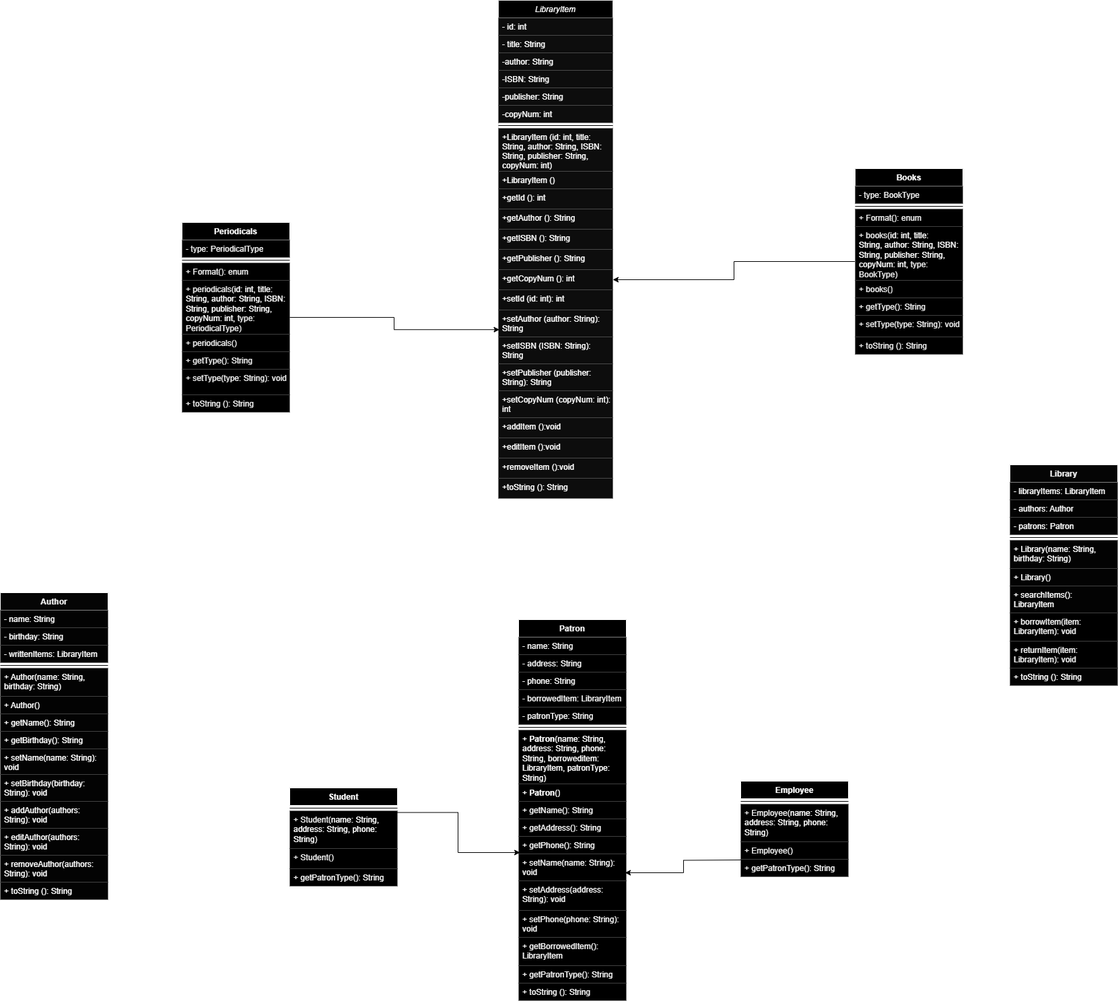
JoshuaYouden/Java-Midterm-JY keeps this draw.io diagram as Java midterm class diagram.png. Above is the earlier version. Source tidied: cells renumbered, new cells last; positions are measured from the earlier drawing's top-left corner, leaving out a move shared by most shapes.
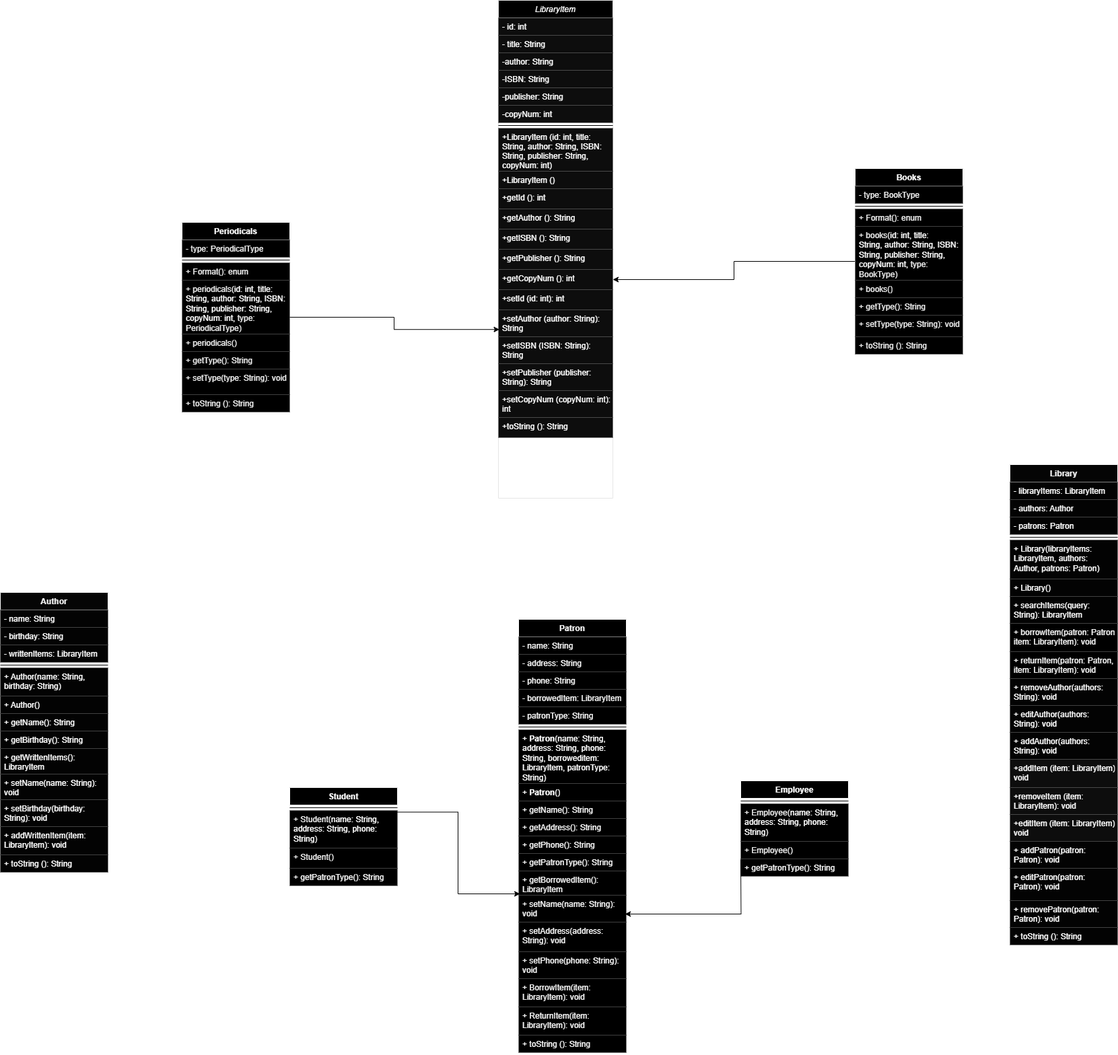
After the change.

Commit message:
Changed methods and other things, more likely coming

Diff of the diagram source:
```diff
@@ -62,17 +62,8 @@
     <mxCell id="21" value="+setCopyNum (copyNum: int): &#10;int" style="text;align=left;verticalAlign=top;spacingLeft=4;spacingRight=4;overflow=hidden;fillColor=#0D0D0D;gradientColor=none;strokeColor=none;fontColor=#FFFFFF;" parent="2" vertex="1">
       <mxGeometry y="580" width="170" height="40" as="geometry" />
     </mxCell>
-    <mxCell id="22" value="+addItem ():void" style="text;align=left;verticalAlign=top;spacingLeft=4;spacingRight=4;overflow=hidden;fillColor=#0D0D0D;gradientColor=none;strokeColor=none;fontColor=#FFFFFF;" parent="2" vertex="1">
-      <mxGeometry y="620" width="170" height="30" as="geometry" />
-    </mxCell>
-    <mxCell id="23" value="+editItem ():void" style="text;align=left;verticalAlign=top;spacingLeft=4;spacingRight=4;overflow=hidden;fillColor=#0D0D0D;gradientColor=none;strokeColor=none;fontColor=#FFFFFF;" parent="2" vertex="1">
-      <mxGeometry y="650" width="170" height="30" as="geometry" />
-    </mxCell>
-    <mxCell id="24" value="+removeItem ():void" style="text;align=left;verticalAlign=top;spacingLeft=4;spacingRight=4;overflow=hidden;fillColor=#0D0D0D;gradientColor=none;strokeColor=none;fontColor=#FFFFFF;" parent="2" vertex="1">
-      <mxGeometry y="680" width="170" height="30" as="geometry" />
-    </mxCell>
     <mxCell id="25" value="+toString (): String" style="text;align=left;verticalAlign=top;spacingLeft=4;spacingRight=4;overflow=hidden;fillColor=#0D0D0D;gradientColor=none;strokeColor=none;fontColor=#FFFFFF;" parent="2" vertex="1">
-      <mxGeometry y="710" width="170" height="30" as="geometry" />
+      <mxGeometry y="620" width="170" height="30" as="geometry" />
     </mxCell>
     <mxCell id="26" value="Employee" style="swimlane;fontStyle=1;align=center;verticalAlign=top;horizontal=1;startSize=26;whiteSpace=wrap;html=1;fontColor=#FCFCFC;fillColor=#000000;strokeColor=#FCFCFC;" parent="1" vertex="1">
       <mxGeometry x="1100" y="1160" width="160" height="142" as="geometry" />
@@ -90,7 +81,7 @@
       <mxGeometry y="116" width="160" height="26" as="geometry" />
     </mxCell>
     <mxCell id="31" value="Author" style="swimlane;fontStyle=1;align=center;verticalAlign=top;horizontal=1;startSize=26;whiteSpace=wrap;html=1;fillColor=#050505;fontColor=#F2F2F2;strokeColor=#FFFFFF;" parent="1" vertex="1">
-      <mxGeometry y="880" width="160" height="456" as="geometry" />
+      <mxGeometry y="880" width="160" height="416" as="geometry" />
     </mxCell>
     <mxCell id="32" value="- name: String" style="text;align=left;verticalAlign=top;spacingLeft=4;spacingRight=4;overflow=hidden;whiteSpace=wrap;html=1;fillColor=#030303;fontColor=#FFFFFF;" parent="31" vertex="1">
       <mxGeometry y="26" width="160" height="26" as="geometry" />
@@ -113,29 +104,26 @@
     <mxCell id="38" value="+ getName(): String" style="text;strokeColor=none;fillColor=#030303;align=left;verticalAlign=top;spacingLeft=4;spacingRight=4;overflow=hidden;whiteSpace=wrap;html=1;fontColor=#FFFFFF;" parent="31" vertex="1">
       <mxGeometry y="180" width="160" height="26" as="geometry" />
     </mxCell>
+    <mxCell id="102" value="+ getBirthday(): String" style="text;strokeColor=none;fillColor=#030303;align=left;verticalAlign=top;spacingLeft=4;spacingRight=4;overflow=hidden;whiteSpace=wrap;html=1;fontColor=#FFFFFF;" parent="31" vertex="1">
+      <mxGeometry y="206" width="160" height="26" as="geometry" />
+    </mxCell>
-    <mxCell id="39" value="+ getBirthday(): String" style="text;strokeColor=none;fillColor=#030303;align=left;verticalAlign=top;spacingLeft=4;spacingRight=4;overflow=hidden;whiteSpace=wrap;html=1;fontColor=#FFFFFF;" parent="31" vertex="1">
-      <mxGeometry y="206" width="160" height="26" as="geometry" />
+    <mxCell id="39" value="+ getWrittenItems(): LibraryItem" style="text;strokeColor=none;fillColor=#030303;align=left;verticalAlign=top;spacingLeft=4;spacingRight=4;overflow=hidden;whiteSpace=wrap;html=1;fontColor=#FFFFFF;" parent="31" vertex="1">
+      <mxGeometry y="232" width="160" height="38" as="geometry" />
     </mxCell>
     <mxCell id="40" value="+ setName(name: String): void" style="text;strokeColor=none;fillColor=#030303;align=left;verticalAlign=top;spacingLeft=4;spacingRight=4;overflow=hidden;whiteSpace=wrap;html=1;fontColor=#FFFFFF;" parent="31" vertex="1">
-      <mxGeometry y="232" width="160" height="38" as="geometry" />
+      <mxGeometry y="270" width="160" height="38" as="geometry" />
     </mxCell>
     <mxCell id="41" value="+ setBirthday(birthday: String): void" style="text;strokeColor=none;fillColor=#030303;align=left;verticalAlign=top;spacingLeft=4;spacingRight=4;overflow=hidden;whiteSpace=wrap;html=1;fontColor=#FFFFFF;" parent="31" vertex="1">
-      <mxGeometry y="270" width="160" height="40" as="geometry" />
+      <mxGeometry y="308" width="160" height="40" as="geometry" />
     </mxCell>
-    <mxCell id="42" value="+ addAuthor(authors: String): void" style="text;strokeColor=none;fillColor=#030303;align=left;verticalAlign=top;spacingLeft=4;spacingRight=4;overflow=hidden;whiteSpace=wrap;html=1;fontColor=#FFFFFF;" parent="31" vertex="1">
-      <mxGeometry y="310" width="160" height="40" as="geometry" />
-    </mxCell>
-    <mxCell id="43" value="+ editAuthor(authors: String): void" style="text;strokeColor=none;fillColor=#030303;align=left;verticalAlign=top;spacingLeft=4;spacingRight=4;overflow=hidden;whiteSpace=wrap;html=1;fontColor=#FFFFFF;" parent="31" vertex="1">
-      <mxGeometry y="350" width="160" height="40" as="geometry" />
-    </mxCell>
-    <mxCell id="44" value="+ removeAuthor(authors: String): void" style="text;strokeColor=none;fillColor=#030303;align=left;verticalAlign=top;spacingLeft=4;spacingRight=4;overflow=hidden;whiteSpace=wrap;html=1;fontColor=#FFFFFF;" parent="31" vertex="1">
-      <mxGeometry y="390" width="160" height="40" as="geometry" />
-    </mxCell>
+    <mxCell id="103" value="+ addWrittenItem(item: LibraryItem): void" style="text;strokeColor=none;fillColor=#030303;align=left;verticalAlign=top;spacingLeft=4;spacingRight=4;overflow=hidden;whiteSpace=wrap;html=1;fontColor=#FFFFFF;" parent="31" vertex="1">
+      <mxGeometry y="348" width="160" height="42" as="geometry" />
+    </mxCell>
     <mxCell id="45" value="&lt;span style=&quot;text-wrap: nowrap;&quot;&gt;+ toString (): String&lt;/span&gt;" style="text;strokeColor=none;fillColor=#030303;align=left;verticalAlign=top;spacingLeft=4;spacingRight=4;overflow=hidden;whiteSpace=wrap;html=1;fontColor=#FFFFFF;" parent="31" vertex="1">
-      <mxGeometry y="430" width="160" height="26" as="geometry" />
+      <mxGeometry y="390" width="160" height="26" as="geometry" />
     </mxCell>
     <mxCell id="46" value="Patron" style="swimlane;fontStyle=1;align=center;verticalAlign=top;horizontal=1;startSize=26;whiteSpace=wrap;html=1;fillColor=#000000;fontColor=#F5F5F5;strokeColor=#FFFFFF;" parent="1" vertex="1">
-      <mxGeometry x="770" y="920" width="160" height="566" as="geometry" />
+      <mxGeometry x="770" y="920" width="160" height="644" as="geometry" />
     </mxCell>
     <mxCell id="47" value="- name: String" style="text;strokeColor=none;fillColor=#000000;align=left;verticalAlign=top;spacingLeft=4;spacingRight=4;overflow=hidden;whiteSpace=wrap;html=1;fontColor=#F5F5F5;" parent="46" vertex="1">
       <mxGeometry y="26" width="160" height="26" as="geometry" />
@@ -170,23 +158,29 @@
     <mxCell id="57" value="+ getPhone(): String" style="text;strokeColor=none;fillColor=#000000;align=left;verticalAlign=top;spacingLeft=4;spacingRight=4;overflow=hidden;whiteSpace=wrap;html=1;fontColor=#F5F5F5;" parent="46" vertex="1">
       <mxGeometry y="322" width="160" height="26" as="geometry" />
     </mxCell>
+    <mxCell id="62" value="+ getPatronType(): String" style="text;strokeColor=none;fillColor=#000000;align=left;verticalAlign=top;spacingLeft=4;spacingRight=4;overflow=hidden;whiteSpace=wrap;html=1;fontColor=#F5F5F5;" parent="46" vertex="1">
+      <mxGeometry y="348" width="160" height="26" as="geometry" />
+    </mxCell>
+    <mxCell id="104" value="+ getBorrowedItem(): LibraryItem" style="text;strokeColor=none;fillColor=#000000;align=left;verticalAlign=top;spacingLeft=4;spacingRight=4;overflow=hidden;whiteSpace=wrap;html=1;fontColor=#F5F5F5;" parent="46" vertex="1">
+      <mxGeometry y="374" width="160" height="36" as="geometry" />
+    </mxCell>
     <mxCell id="58" value="+ setName(name: String): void" style="text;strokeColor=none;fillColor=#000000;align=left;verticalAlign=top;spacingLeft=4;spacingRight=4;overflow=hidden;points=[[0,0.5],[1,0.5]];portConstraint=eastwest;whiteSpace=wrap;html=1;fontColor=#F5F5F5;" parent="46" vertex="1">
-      <mxGeometry y="348" width="160" height="40" as="geometry" />
+      <mxGeometry y="410" width="160" height="40" as="geometry" />
     </mxCell>
     <mxCell id="59" value="+ setAddress(address: String): void" style="text;strokeColor=none;fillColor=#000000;align=left;verticalAlign=top;spacingLeft=4;spacingRight=4;overflow=hidden;whiteSpace=wrap;html=1;fontColor=#F5F5F5;" parent="46" vertex="1">
-      <mxGeometry y="388" width="160" height="44" as="geometry" />
+      <mxGeometry y="450" width="160" height="44" as="geometry" />
     </mxCell>
     <mxCell id="60" value="+ setPhone(phone: String): void" style="text;strokeColor=none;fillColor=#000000;align=left;verticalAlign=top;spacingLeft=4;spacingRight=4;overflow=hidden;whiteSpace=wrap;html=1;fontColor=#F5F5F5;" parent="46" vertex="1">
-      <mxGeometry y="432" width="160" height="40" as="geometry" />
+      <mxGeometry y="494" width="160" height="40" as="geometry" />
     </mxCell>
-    <mxCell id="61" value="+ getBorrowedItem(): LibraryItem" style="text;strokeColor=none;fillColor=#000000;align=left;verticalAlign=top;spacingLeft=4;spacingRight=4;overflow=hidden;whiteSpace=wrap;html=1;fontColor=#F5F5F5;" parent="46" vertex="1">
-      <mxGeometry y="472" width="160" height="42" as="geometry" />
+    <mxCell id="61" value="+ BorrowItem(item: LibraryItem): void" style="text;strokeColor=none;fillColor=#000000;align=left;verticalAlign=top;spacingLeft=4;spacingRight=4;overflow=hidden;whiteSpace=wrap;html=1;fontColor=#F5F5F5;" parent="46" vertex="1">
+      <mxGeometry y="534" width="160" height="42" as="geometry" />
     </mxCell>
-    <mxCell id="62" value="+ getPatronType(): String" style="text;strokeColor=none;fillColor=#000000;align=left;verticalAlign=top;spacingLeft=4;spacingRight=4;overflow=hidden;whiteSpace=wrap;html=1;fontColor=#F5F5F5;" parent="46" vertex="1">
-      <mxGeometry y="514" width="160" height="26" as="geometry" />
-    </mxCell>
+    <mxCell id="105" value="+ ReturnItem(item: LibraryItem): void" style="text;strokeColor=none;fillColor=#000000;align=left;verticalAlign=top;spacingLeft=4;spacingRight=4;overflow=hidden;whiteSpace=wrap;html=1;fontColor=#F5F5F5;" parent="46" vertex="1">
+      <mxGeometry y="576" width="160" height="42" as="geometry" />
+    </mxCell>
     <mxCell id="63" value="&lt;span style=&quot;text-wrap: nowrap;&quot;&gt;+ toString (): String&lt;/span&gt;" style="text;strokeColor=none;fillColor=#000000;align=left;verticalAlign=top;spacingLeft=4;spacingRight=4;overflow=hidden;whiteSpace=wrap;html=1;fontColor=#F5F5F5;" parent="46" vertex="1">
-      <mxGeometry y="540" width="160" height="26" as="geometry" />
+      <mxGeometry y="618" width="160" height="26" as="geometry" />
     </mxCell>
     <mxCell id="64" value="Periodicals" style="swimlane;fontStyle=1;align=center;verticalAlign=top;horizontal=1;startSize=26;whiteSpace=wrap;html=1;fontColor=#FCFCFC;fillColor=#000000;strokeColor=#FCFCFC;" parent="1" vertex="1">
       <mxGeometry x="270" y="330" width="160" height="282" as="geometry" />
@@ -272,7 +266,7 @@
       </mxGeometry>
     </mxCell>
     <mxCell id="91" value="Library" style="swimlane;fontStyle=1;align=center;verticalAlign=top;horizontal=1;startSize=26;whiteSpace=wrap;html=1;fillColor=#050505;fontColor=#F2F2F2;strokeColor=#FFFFFF;" parent="1" vertex="1">
-      <mxGeometry x="1500" y="690" width="160" height="328" as="geometry" />
+      <mxGeometry x="1500" y="690" width="160" height="714" as="geometry" />
     </mxCell>
     <mxCell id="92" value="- libraryItems: LibraryItem" style="text;align=left;verticalAlign=top;spacingLeft=4;spacingRight=4;overflow=hidden;whiteSpace=wrap;html=1;fillColor=#030303;fontColor=#FFFFFF;" parent="91" vertex="1">
       <mxGeometry y="26" width="160" height="26" as="geometry" />
@@ -286,23 +280,50 @@
     <mxCell id="95" style="line;strokeWidth=1;align=left;verticalAlign=middle;spacingTop=-1;spacingLeft=3;spacingRight=3;labelPosition=right;labelBackgroundColor=#FFFFFF;fillColor=default;strokeColor=#080808;" parent="91" vertex="1">
       <mxGeometry y="104" width="160" height="8" as="geometry" />
     </mxCell>
-    <mxCell id="96" value="+ Library(name: String, birthday: String)" style="text;strokeColor=none;fillColor=#030303;align=left;verticalAlign=top;spacingLeft=4;spacingRight=4;overflow=hidden;whiteSpace=wrap;html=1;fontColor=#FFFFFF;" parent="91" vertex="1">
-      <mxGeometry y="112" width="160" height="42" as="geometry" />
+    <mxCell id="96" value="+ Library(libraryItems: LibraryItem, authors: Author, patrons: Patron)" style="text;strokeColor=none;fillColor=#030303;align=left;verticalAlign=top;spacingLeft=4;spacingRight=4;overflow=hidden;whiteSpace=wrap;html=1;fontColor=#FFFFFF;" parent="91" vertex="1">
+      <mxGeometry y="112" width="160" height="58" as="geometry" />
     </mxCell>
     <mxCell id="97" value="+ Library()" style="text;strokeColor=none;fillColor=#030303;align=left;verticalAlign=top;spacingLeft=4;spacingRight=4;overflow=hidden;whiteSpace=wrap;html=1;fontColor=#FFFFFF;" parent="91" vertex="1">
-      <mxGeometry y="154" width="160" height="26" as="geometry" />
+      <mxGeometry y="170" width="160" height="26" as="geometry" />
     </mxCell>
-    <mxCell id="98" value="+ searchItems(): LibraryItem" style="text;strokeColor=none;fillColor=#030303;align=left;verticalAlign=top;spacingLeft=4;spacingRight=4;overflow=hidden;whiteSpace=wrap;html=1;fontColor=#FFFFFF;" parent="91" vertex="1">
-      <mxGeometry y="180" width="160" height="40" as="geometry" />
+    <mxCell id="98" value="+ searchItems(query: String): LibraryItem" style="text;strokeColor=none;fillColor=#030303;align=left;verticalAlign=top;spacingLeft=4;spacingRight=4;overflow=hidden;whiteSpace=wrap;html=1;fontColor=#FFFFFF;" parent="91" vertex="1">
+      <mxGeometry y="196" width="160" height="40" as="geometry" />
     </mxCell>
-    <mxCell id="99" value="&lt;span style=&quot;text-wrap: nowrap;&quot;&gt;+ borrowItem(item&lt;/span&gt;: LibraryItem&lt;span style=&quot;text-wrap: nowrap;&quot;&gt;): void&lt;/span&gt;" style="text;strokeColor=none;fillColor=#000000;align=left;verticalAlign=top;spacingLeft=4;spacingRight=4;overflow=hidden;whiteSpace=wrap;html=1;fontColor=#F5F5F5;" parent="91" vertex="1">
-      <mxGeometry y="220" width="160" height="42" as="geometry" />
+    <mxCell id="99" value="&lt;span style=&quot;text-wrap: nowrap;&quot;&gt;+ borrowItem(patron: Patron,&amp;nbsp;&lt;/span&gt;&lt;div&gt;&lt;span style=&quot;text-wrap: nowrap;&quot;&gt;item&lt;/span&gt;: LibraryItem&lt;span style=&quot;text-wrap: nowrap;&quot;&gt;): void&lt;/span&gt;&lt;/div&gt;" style="text;strokeColor=none;fillColor=#000000;align=left;verticalAlign=top;spacingLeft=4;spacingRight=4;overflow=hidden;whiteSpace=wrap;html=1;fontColor=#F5F5F5;" parent="91" vertex="1">
+      <mxGeometry y="236" width="160" height="42" as="geometry" />
     </mxCell>
-    <mxCell id="100" value="&lt;span style=&quot;text-wrap: nowrap;&quot;&gt;+ returnItem(&lt;/span&gt;item: LibraryItem&lt;span style=&quot;text-wrap: nowrap;&quot;&gt;): void&lt;/span&gt;" style="text;strokeColor=none;fillColor=#000000;align=left;verticalAlign=top;spacingLeft=4;spacingRight=4;overflow=hidden;whiteSpace=wrap;html=1;fontColor=#F5F5F5;" parent="91" vertex="1">
-      <mxGeometry y="262" width="160" height="40" as="geometry" />
+    <mxCell id="100" value="&lt;span style=&quot;text-wrap: nowrap;&quot;&gt;+ returnItem(&lt;/span&gt;&lt;span style=&quot;text-wrap: nowrap;&quot;&gt;patron: Patron,&amp;nbsp;&lt;/span&gt;&lt;div&gt;item: LibraryItem&lt;span style=&quot;text-wrap: nowrap;&quot;&gt;): void&lt;/span&gt;&lt;/div&gt;" style="text;strokeColor=none;fillColor=#000000;align=left;verticalAlign=top;spacingLeft=4;spacingRight=4;overflow=hidden;whiteSpace=wrap;html=1;fontColor=#F5F5F5;" parent="91" vertex="1">
+      <mxGeometry y="278" width="160" height="40" as="geometry" />
     </mxCell>
+    <mxCell id="44" value="+ removeAuthor(authors: String): void" style="text;strokeColor=none;fillColor=#030303;align=left;verticalAlign=top;spacingLeft=4;spacingRight=4;overflow=hidden;whiteSpace=wrap;html=1;fontColor=#FFFFFF;" parent="91" vertex="1">
+      <mxGeometry y="318" width="160" height="40" as="geometry" />
+    </mxCell>
+    <mxCell id="43" value="+ editAuthor(authors: String): void" style="text;strokeColor=none;fillColor=#030303;align=left;verticalAlign=top;spacingLeft=4;spacingRight=4;overflow=hidden;whiteSpace=wrap;html=1;fontColor=#FFFFFF;" parent="91" vertex="1">
+      <mxGeometry y="358" width="160" height="40" as="geometry" />
+    </mxCell>
+    <mxCell id="42" value="+ addAuthor(authors: String): void" style="text;strokeColor=none;fillColor=#030303;align=left;verticalAlign=top;spacingLeft=4;spacingRight=4;overflow=hidden;whiteSpace=wrap;html=1;fontColor=#FFFFFF;" parent="91" vertex="1">
+      <mxGeometry y="398" width="160" height="40" as="geometry" />
+    </mxCell>
+    <mxCell id="106" value="+addItem (item: LibraryItem):&#10;void" style="text;align=left;verticalAlign=top;spacingLeft=4;spacingRight=4;overflow=hidden;fillColor=#0D0D0D;gradientColor=none;strokeColor=none;fontColor=#FFFFFF;" parent="91" vertex="1">
+      <mxGeometry y="438" width="160" height="42" as="geometry" />
+    </mxCell>
+    <mxCell id="107" value="+removeItem (item: &#10;LibraryItem): void" style="text;align=left;verticalAlign=top;spacingLeft=4;spacingRight=4;overflow=hidden;fillColor=#0D0D0D;gradientColor=none;strokeColor=none;fontColor=#FFFFFF;" parent="91" vertex="1">
+      <mxGeometry y="480" width="160" height="40" as="geometry" />
+    </mxCell>
+    <mxCell id="108" value="+editItem (item: LibraryItem):&#10;void" style="text;align=left;verticalAlign=top;spacingLeft=4;spacingRight=4;overflow=hidden;fillColor=#0D0D0D;gradientColor=none;strokeColor=none;fontColor=#FFFFFF;" parent="91" vertex="1">
+      <mxGeometry y="520" width="160" height="40" as="geometry" />
+    </mxCell>
+    <mxCell id="109" value="+ addPatron(patron: Patron): void" style="text;strokeColor=none;fillColor=#030303;align=left;verticalAlign=top;spacingLeft=4;spacingRight=4;overflow=hidden;whiteSpace=wrap;html=1;fontColor=#FFFFFF;" parent="91" vertex="1">
+      <mxGeometry y="560" width="160" height="40" as="geometry" />
+    </mxCell>
+    <mxCell id="110" value="+ editPatron(patron: Patron): void" style="text;strokeColor=none;fillColor=#030303;align=left;verticalAlign=top;spacingLeft=4;spacingRight=4;overflow=hidden;whiteSpace=wrap;html=1;fontColor=#FFFFFF;" parent="91" vertex="1">
+      <mxGeometry y="600" width="160" height="48" as="geometry" />
+    </mxCell>
+    <mxCell id="111" value="+ removePatron(patron: Patron): void" style="text;strokeColor=none;fillColor=#030303;align=left;verticalAlign=top;spacingLeft=4;spacingRight=4;overflow=hidden;whiteSpace=wrap;html=1;fontColor=#FFFFFF;" parent="91" vertex="1">
+      <mxGeometry y="648" width="160" height="40" as="geometry" />
+    </mxCell>
     <mxCell id="101" value="&lt;span style=&quot;text-wrap: nowrap;&quot;&gt;+ toString (): String&lt;/span&gt;" style="text;strokeColor=none;fillColor=#030303;align=left;verticalAlign=top;spacingLeft=4;spacingRight=4;overflow=hidden;whiteSpace=wrap;html=1;fontColor=#FFFFFF;" parent="91" vertex="1">
-      <mxGeometry y="302" width="160" height="26" as="geometry" />
+      <mxGeometry y="688" width="160" height="26" as="geometry" />
     </mxCell>
   </root>
 </mxGraphModel>
```
